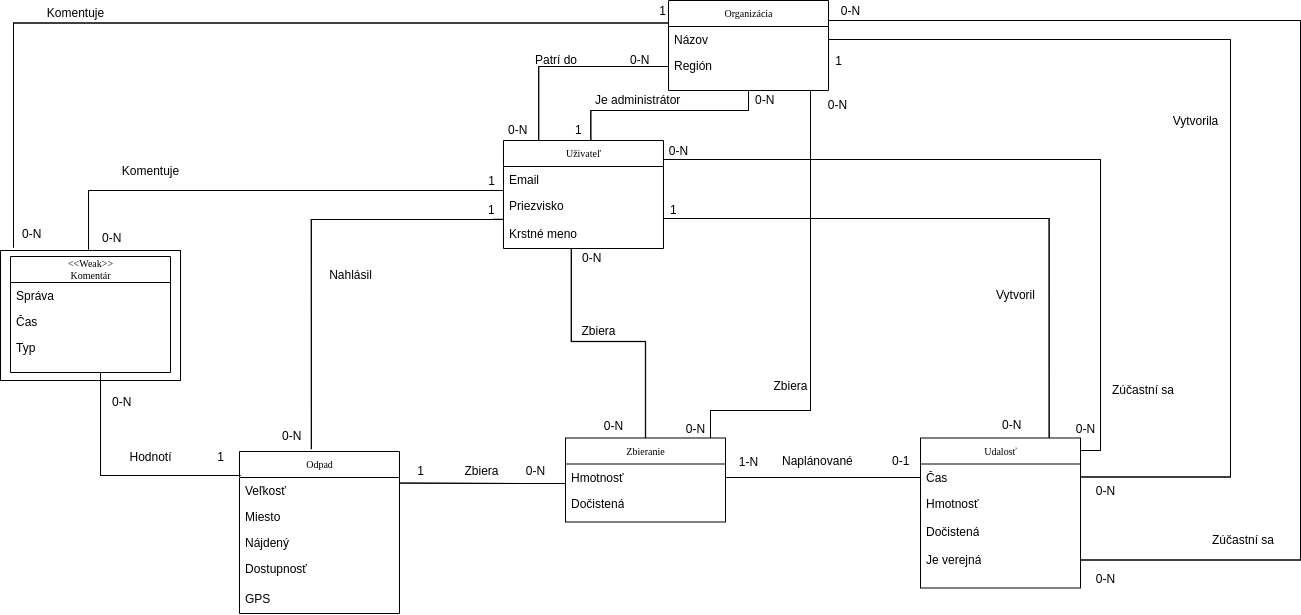
Earlier version of the draw.io export ER-VSETKO.png (OliverChmelicky/litter3). Source tidied: cells renumbered, new cells last; positions are measured from the earlier drawing's top-left corner, leaving out a move shared by most shapes.
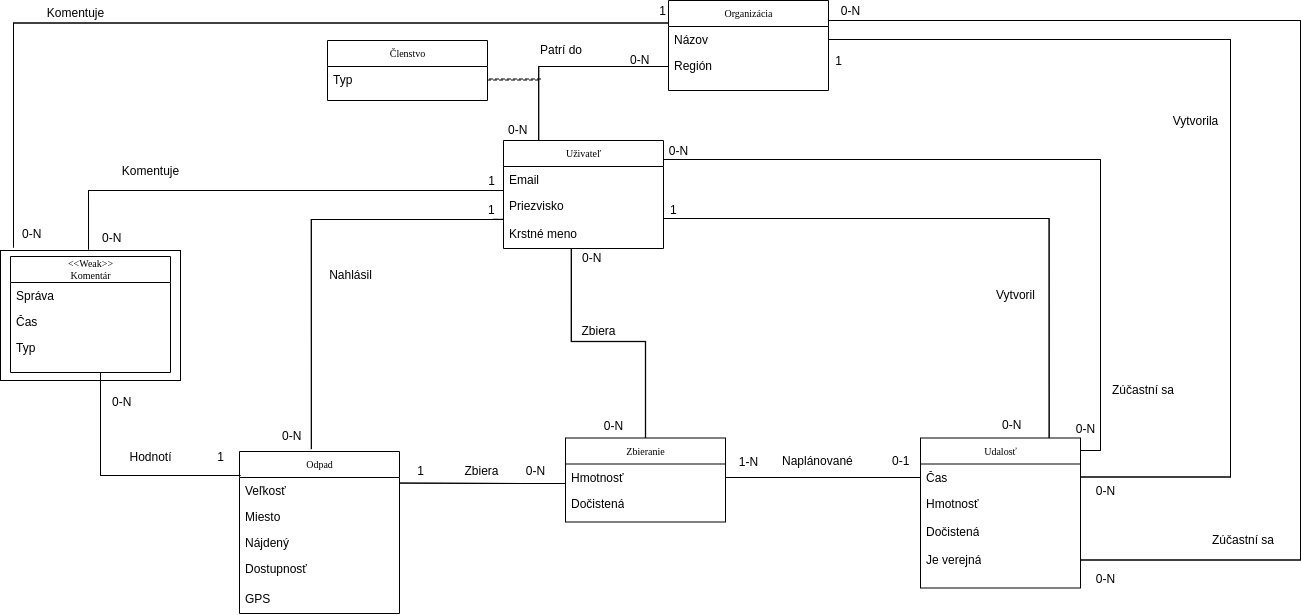
After the change.

Change to the diagram source:
```diff
@@ -81,11 +81,8 @@
       </mxGeometry>
     </mxCell>
     <mxCell id="21" value="Patrí do" style="text;html=1;align=left;verticalAlign=top;spacingTop=-4;" parent="1" vertex="1">
-      <mxGeometry x="533" y="50" width="60" height="20" as="geometry" />
+      <mxGeometry x="538" y="40" width="60" height="20" as="geometry" />
     </mxCell>
-    <mxCell id="22" value="Je administrátor" style="text;html=1;align=left;verticalAlign=top;spacingTop=-4;" parent="1" vertex="1">
-      <mxGeometry x="593" y="90" width="100" height="20" as="geometry" />
-    </mxCell>
     <mxCell id="23" value="Zúčastní sa" style="text;html=1;align=left;verticalAlign=top;spacingTop=-4;" parent="1" vertex="1">
       <mxGeometry x="1110" y="380" width="80" height="20" as="geometry" />
     </mxCell>
@@ -95,12 +92,6 @@
     <mxCell id="25" value="0-N" style="text;html=1;align=left;verticalAlign=top;spacingTop=-4;" parent="1" vertex="1">
       <mxGeometry x="506" y="120" width="40" height="20" as="geometry" />
     </mxCell>
-    <mxCell id="26" value="0-N" style="text;html=1;align=left;verticalAlign=top;spacingTop=-4;" parent="1" vertex="1">
-      <mxGeometry x="753" y="90" width="40" height="20" as="geometry" />
-    </mxCell>
-    <mxCell id="27" value="1" style="text;html=1;align=left;verticalAlign=top;spacingTop=-4;" parent="1" vertex="1">
-      <mxGeometry x="573" y="120" width="20" height="20" as="geometry" />
-    </mxCell>
     <mxCell id="28" value="1" style="text;html=1;align=left;verticalAlign=top;spacingTop=-4;" parent="1" vertex="1">
       <mxGeometry x="668" y="200" width="20" height="20" as="geometry" />
     </mxCell>
@@ -122,16 +113,6 @@
     <mxCell id="34" value="Naplánované" style="text;html=1;align=left;verticalAlign=top;spacingTop=-4;" parent="1" vertex="1">
       <mxGeometry x="780" y="451" width="90" height="20" as="geometry" />
     </mxCell>
-    <mxCell id="35" style="edgeStyle=orthogonalEdgeStyle;shape=link;rounded=0;orthogonalLoop=1;jettySize=auto;html=1;width=0;" parent="1" edge="1">
-      <mxGeometry relative="1" as="geometry">
-        <mxPoint x="748" y="90" as="sourcePoint" />
-        <mxPoint x="590.3" y="140" as="targetPoint" />
-        <Array as="points">
-          <mxPoint x="748" y="110" />
-          <mxPoint x="590" y="110" />
-        </Array>
-      </mxGeometry>
-    </mxCell>
     <mxCell id="36" style="edgeStyle=orthogonalEdgeStyle;shape=link;rounded=0;jettySize=auto;html=1;width=0;entryX=0.22;entryY=-0.001;entryDx=0;entryDy=0;entryPerimeter=0;exitX=0;exitY=0.5;exitDx=0;exitDy=0;" parent="1" edge="1" source="7" target="67">
       <mxGeometry relative="1" as="geometry">
         <Array as="points">
@@ -181,15 +162,6 @@
         <mxPoint x="570.8" y="244.5" as="targetPoint" />
       </mxGeometry>
     </mxCell>
-    <mxCell id="48" style="edgeStyle=orthogonalEdgeStyle;shape=link;rounded=0;jettySize=auto;html=1;width=0;" parent="1" edge="1" source="49">
-      <mxGeometry relative="1" as="geometry">
-        <mxPoint x="810" y="90" as="targetPoint" />
-        <Array as="points">
-          <mxPoint x="710" y="410" />
-          <mxPoint x="810" y="410" />
-        </Array>
-      </mxGeometry>
-    </mxCell>
     <mxCell id="49" value="Zbieranie" style="swimlane;html=1;fontStyle=0;horizontal=1;startSize=26;swimlaneFillColor=#ffffff;rounded=0;shadow=0;comic=0;labelBackgroundColor=none;strokeWidth=1;fontFamily=Verdana;fontSize=10;align=center;" parent="1" vertex="1">
       <mxGeometry x="565" y="437.5" width="160" height="84" as="geometry" />
     </mxCell>
@@ -277,15 +249,6 @@
     <mxCell id="73" value="1" style="text;html=1;align=center;verticalAlign=middle;" parent="1" vertex="1">
       <mxGeometry x="652" width="20" height="20" as="geometry" />
     </mxCell>
-    <mxCell id="74" value="0-N" style="text;html=1;align=center;verticalAlign=middle;" parent="1" vertex="1">
-      <mxGeometry x="680" y="417.5" width="30" height="20" as="geometry" />
-    </mxCell>
-    <mxCell id="75" value="Zbiera" style="text;html=1;align=center;verticalAlign=middle;" parent="1" vertex="1">
-      <mxGeometry x="765" y="375" width="50" height="20" as="geometry" />
-    </mxCell>
-    <mxCell id="76" value="0-N" style="text;html=1;align=center;verticalAlign=middle;" parent="1" vertex="1">
-      <mxGeometry x="822" y="94" width="30" height="20" as="geometry" />
-    </mxCell>
     <mxCell id="77" style="edgeStyle=orthogonalEdgeStyle;shape=link;rounded=0;jettySize=auto;html=1;entryX=1;entryY=0.5;entryDx=0;entryDy=0;width=0;" parent="1" edge="1" source="6" target="9">
       <mxGeometry relative="1" as="geometry">
         <Array as="points">
@@ -312,5 +275,16 @@
     <mxCell id="83" value="0-N" style="text;html=1;align=center;verticalAlign=middle;" parent="1" vertex="1">
       <mxGeometry x="1090" y="567.5" width="30" height="20" as="geometry" />
     </mxCell>
+    <mxCell id="84" value="Členstvo" style="swimlane;html=1;fontStyle=0;horizontal=1;startSize=26;swimlaneFillColor=#ffffff;rounded=0;shadow=0;comic=0;labelBackgroundColor=none;strokeWidth=1;fontFamily=Verdana;fontSize=10;align=center;" parent="1" vertex="1">
+      <mxGeometry x="327" y="40" width="160" height="60" as="geometry" />
+    </mxCell>
+    <mxCell id="85" value="Typ" style="text;html=1;align=left;verticalAlign=top;spacingLeft=4;spacingRight=4;whiteSpace=wrap;overflow=hidden;points=[[0,0.5],[1,0.5]];portConstraint=eastwest;fillColor=none;" parent="84" vertex="1">
+      <mxGeometry y="26" width="160" height="26" as="geometry" />
+    </mxCell>
+    <mxCell id="86" style="edgeStyle=orthogonalEdgeStyle;rounded=0;jettySize=auto;html=1;dashed=1;shape=link;width=-1.0344827586206886;" parent="1" edge="1" source="85">
+      <mxGeometry relative="1" as="geometry">
+        <mxPoint x="540" y="79" as="targetPoint" />
+      </mxGeometry>
+    </mxCell>
   </root>
 </mxGraphModel>
```
